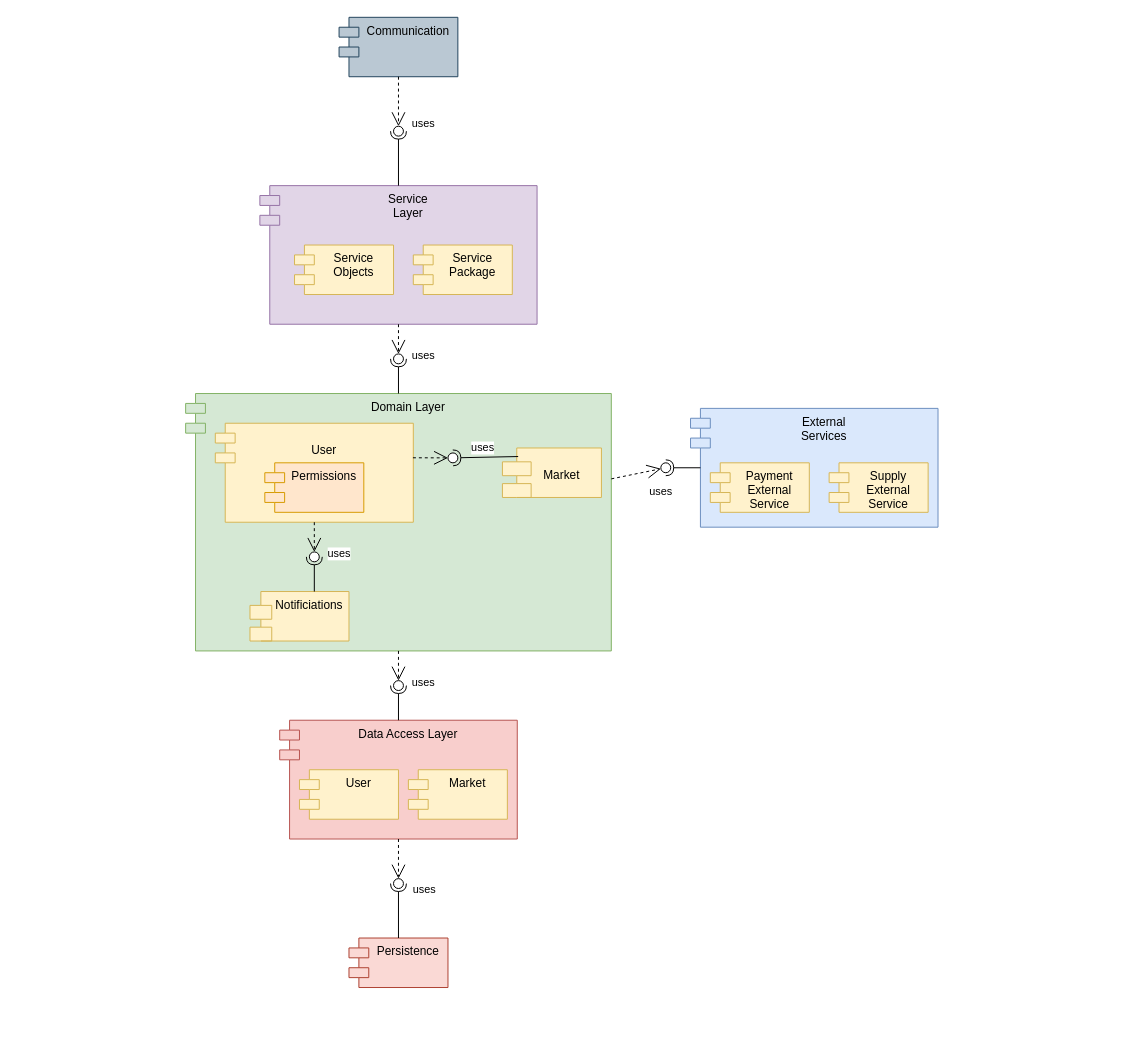
This is page "Component Diagram" (2 of 2) of Workshop.drawio from itaitzruia4/Workshop, a draw.io file, before an edit. Source tidied: cells renumbered, new cells numbered last; positions are measured from the earlier drawing's top-left corner, leaving out a move shared by most shapes. Both pictures are drawn from the tidied source at 99%, with x=0, y=0 at pixel (185, 17).
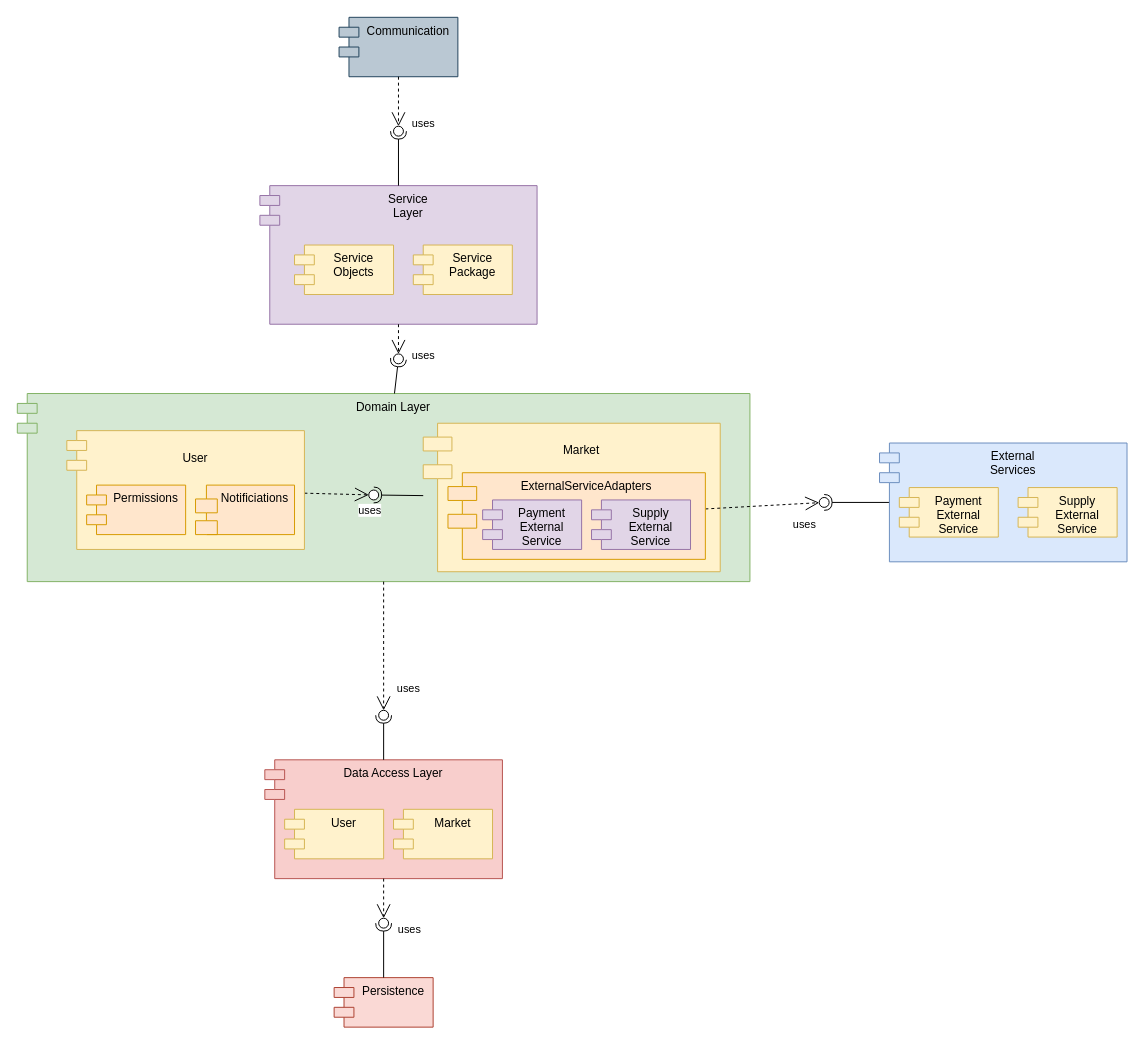
Above is the later version.

Commit message (it also covers changes not shown here):
added external service adapters and fixed notifications component

Diff of the diagram source:
```diff
@@
+    <mxCell id="3" value="Domain Layer" style="shape=module;align=left;spacingLeft=20;align=center;verticalAlign=top;fillColor=#d5e8d4;strokeColor=#82b366;" parent="1" vertex="1">
+      <mxGeometry x="-170" y="380" width="740" height="190" as="geometry" />
+    </mxCell>
     <mxCell id="2" value="Data Access Layer" style="shape=module;align=left;spacingLeft=20;align=center;verticalAlign=top;fillColor=#f8cecc;strokeColor=#b85450;" parent="1" vertex="1">
-      <mxGeometry x="95" y="710" width="240" height="120" as="geometry" />
+      <mxGeometry x="80" y="750" width="240" height="120" as="geometry" />
     </mxCell>
-    <mxCell id="3" value="Domain Layer" style="shape=module;align=left;spacingLeft=20;align=center;verticalAlign=top;fillColor=#d5e8d4;strokeColor=#82b366;" parent="1" vertex="1">
-      <mxGeometry y="380" width="430" height="260" as="geometry" />
-    </mxCell>
     <mxCell id="4" value="&#10;Market" style="shape=module;align=left;spacingLeft=20;align=center;verticalAlign=top;fillColor=#fff2cc;strokeColor=#d6b656;jettyWidth=29;jettyHeight=14;" parent="1" vertex="1">
-      <mxGeometry x="320" y="435" width="100" height="50" as="geometry" />
+      <mxGeometry x="240" y="410" width="300" height="150" as="geometry" />
     </mxCell>
@@
     <mxCell id="6" value="Persistence" style="shape=module;align=left;spacingLeft=20;align=center;verticalAlign=top;fillColor=#fad9d5;strokeColor=#ae4132;" parent="1" vertex="1">
-      <mxGeometry x="165" y="930" width="100" height="50" as="geometry" />
+      <mxGeometry x="150" y="970" width="100" height="50" as="geometry" />
     </mxCell>
-    <mxCell id="7" value="External&#10;Services" style="shape=module;align=left;spacingLeft=20;align=center;verticalAlign=top;fillColor=#dae8fc;strokeColor=#6c8ebf;" parent="1" vertex="1">
-      <mxGeometry x="510" y="395" width="250" height="120" as="geometry" />
-    </mxCell>
@@
-    <mxCell id="12" style="group;" parent="1" vertex="1">
-      <mxGeometry x="30" y="410" width="200" height="100" as="geometry" />
-    </mxCell>
-    <mxCell id="13" value="&#10;User" style="shape=module;align=left;spacingLeft=20;align=center;verticalAlign=top;fillColor=#fff2cc;strokeColor=#d6b656;" parent="12" vertex="1">
-      <mxGeometry width="200" height="100" as="geometry" />
-    </mxCell>
-    <mxCell id="14" value="Permissions" style="shape=module;align=left;spacingLeft=20;align=center;verticalAlign=top;fillColor=#ffe6cc;strokeColor=#d79b00;" parent="12" vertex="1">
-      <mxGeometry x="50" y="40" width="100" height="50" as="geometry" />
-    </mxCell>
     <mxCell id="15" value="Market" style="shape=module;align=left;spacingLeft=20;align=center;verticalAlign=top;fillColor=#fff2cc;strokeColor=#d6b656;" parent="1" vertex="1">
-      <mxGeometry x="225" y="760" width="100" height="50" as="geometry" />
+      <mxGeometry x="210" y="800" width="100" height="50" as="geometry" />
     </mxCell>
     <mxCell id="16" value="User" style="shape=module;align=left;spacingLeft=20;align=center;verticalAlign=top;fillColor=#fff2cc;strokeColor=#d6b656;" parent="1" vertex="1">
-      <mxGeometry x="115" y="760" width="100" height="50" as="geometry" />
+      <mxGeometry x="100" y="800" width="100" height="50" as="geometry" />
     </mxCell>
@@
     <mxCell id="23" style="ellipse;whiteSpace=wrap;html=1;align=center;points=[];outlineConnect=0;sketch=0;" parent="1" vertex="1">
-      <mxGeometry x="210" y="670" width="10" height="10" as="geometry" />
+      <mxGeometry x="195" y="700" width="10" height="10" as="geometry" />
     </mxCell>
@@
     <mxCell id="27" style="ellipse;whiteSpace=wrap;html=1;align=center;points=[];outlineConnect=0;sketch=0;" parent="1" vertex="1">
-      <mxGeometry x="480" y="450" width="10" height="10" as="geometry" />
+      <mxGeometry x="640" y="485" width="10" height="10" as="geometry" />
     </mxCell>
-    <mxCell id="28" style="endArrow=open;endSize=12;dashed=1;html=1;rounded=0;" parent="1" edge="1" source="3" target="27">
+    <mxCell id="28" style="endArrow=open;endSize=12;dashed=1;html=1;rounded=0;" parent="1" edge="1" source="48" target="27">
       <mxGeometry x="0.47" y="-72" relative="1" as="geometry" />
     </mxCell>
@@
     <mxCell id="31" style="ellipse;whiteSpace=wrap;html=1;align=center;points=[];outlineConnect=0;sketch=0;" parent="1" vertex="1">
-      <mxGeometry x="210" y="870" width="10" height="10" as="geometry" />
+      <mxGeometry x="195" y="910" width="10" height="10" as="geometry" />
     </mxCell>
@@
-    <mxCell id="34" value="Payment&#10;External&#10;Service" style="shape=module;align=left;spacingLeft=20;align=center;verticalAlign=top;fillColor=#fff2cc;strokeColor=#d6b656;" parent="1" vertex="1">
-      <mxGeometry x="530" y="450" width="100" height="50" as="geometry" />
-    </mxCell>
-    <mxCell id="35" value="Supply&#10;External&#10;Service" style="shape=module;align=left;spacingLeft=20;align=center;verticalAlign=top;fillColor=#fff2cc;strokeColor=#d6b656;" parent="1" vertex="1">
-      <mxGeometry x="650" y="450" width="100" height="50" as="geometry" />
-    </mxCell>
@@
-    <mxCell id="38" style="rounded=0;jettySize=auto;html=1;endArrow=halfCircle;endFill=0;entryX=0.5;entryY=0.5;endSize=6;strokeWidth=1;sketch=0;exitX=0.159;exitY=0.173;exitDx=0;exitDy=0;exitPerimeter=0;" parent="1" edge="1" source="4" target="39">
+    <mxCell id="38" style="rounded=0;jettySize=auto;html=1;endArrow=halfCircle;endFill=0;entryX=0.5;entryY=0.5;endSize=6;strokeWidth=1;sketch=0;" parent="1" edge="1" source="4" target="39">
       <mxGeometry relative="1" as="geometry" />
     </mxCell>
     <mxCell id="39" style="ellipse;whiteSpace=wrap;html=1;align=center;points=[];outlineConnect=0;sketch=0;" parent="1" vertex="1">
-      <mxGeometry x="265" y="440" width="10" height="10" as="geometry" />
+      <mxGeometry x="185" y="477.5" width="10" height="10" as="geometry" />
     </mxCell>
-    <mxCell id="40" style="endArrow=open;endSize=12;dashed=1;html=1;rounded=0;exitX=0.998;exitY=0.349;exitDx=0;exitDy=0;exitPerimeter=0;" parent="1" edge="1" source="13" target="39">
+    <mxCell id="40" style="endArrow=open;endSize=12;dashed=1;html=1;rounded=0;" parent="1" edge="1" source="13" target="39">
       <mxGeometry x="0.47" y="-72" relative="1" as="geometry" />
     </mxCell>
     <mxCell id="41" value="uses" style="edgeLabel;html=1;align=center;verticalAlign=middle;" parent="40" vertex="1">
       <mxGeometry x="0.52" y="2" relative="1" as="geometry">
-        <mxPoint x="43" y="-8" as="offset" />
+        <mxPoint x="16" y="18" as="offset" />
       </mxGeometry>
     </mxCell>
+    <mxCell id="47" style="group;" parent="1" vertex="1">
+      <mxGeometry x="275" y="460" width="250" height="87.5" as="geometry" />
+    </mxCell>
+    <mxCell id="48" value="ExternalServiceAdapters" style="shape=module;align=left;spacingLeft=20;align=center;verticalAlign=top;fillColor=#ffe6cc;strokeColor=#d79b00;jettyWidth=29;jettyHeight=14;" parent="47" vertex="1">
+      <mxGeometry x="-10" width="260" height="87.5" as="geometry" />
+    </mxCell>
+    <mxCell id="49" value="Payment&#10;External&#10;Service" style="shape=module;align=left;spacingLeft=20;align=center;verticalAlign=top;fillColor=#e1d5e7;strokeColor=#9673a6;" parent="47" vertex="1">
+      <mxGeometry x="25" y="27.5" width="100" height="50" as="geometry" />
+    </mxCell>
+    <mxCell id="50" value="Supply&#10;External&#10;Service" style="shape=module;align=left;spacingLeft=20;align=center;verticalAlign=top;fillColor=#e1d5e7;strokeColor=#9673a6;" parent="47" vertex="1">
+      <mxGeometry x="135" y="27.5" width="100" height="50" as="geometry" />
+    </mxCell>
+    <mxCell id="51" style="group;" parent="1" vertex="1">
+      <mxGeometry x="-120" y="417.5" width="240" height="120" as="geometry" />
+    </mxCell>
+    <mxCell id="13" value="&#10;User" style="shape=module;align=left;spacingLeft=20;align=center;verticalAlign=top;fillColor=#fff2cc;strokeColor=#d6b656;" parent="51" vertex="1">
+      <mxGeometry width="240" height="120" as="geometry" />
+    </mxCell>
-    <mxCell id="42" value="Notificiations" style="shape=module;align=left;spacingLeft=20;align=center;verticalAlign=top;fillColor=#fff2cc;strokeColor=#d6b656;jettyWidth=22;jettyHeight=14;" parent="1" vertex="1">
-      <mxGeometry x="65" y="580" width="100" height="50" as="geometry" />
+    <mxCell id="42" value="Notificiations" style="shape=module;align=left;spacingLeft=20;align=center;verticalAlign=top;fillColor=#ffe6cc;strokeColor=#d79b00;jettyWidth=22;jettyHeight=14;" parent="51" vertex="1">
+      <mxGeometry x="130" y="55" width="100" height="50" as="geometry" />
     </mxCell>
-    <mxCell id="43" style="rounded=0;jettySize=auto;html=1;endArrow=halfCircle;endFill=0;entryX=0.5;entryY=0.5;endSize=6;strokeWidth=1;sketch=0;" parent="1" edge="1" target="44">
-      <mxGeometry relative="1" as="geometry">
-        <mxPoint x="130" y="580" as="sourcePoint" />
-      </mxGeometry>
-    </mxCell>
-    <mxCell id="44" style="ellipse;whiteSpace=wrap;html=1;align=center;points=[];outlineConnect=0;sketch=0;" parent="1" vertex="1">
-      <mxGeometry x="125" y="540" width="10" height="10" as="geometry" />
-    </mxCell>
-    <mxCell id="45" style="endArrow=open;endSize=12;dashed=1;html=1;rounded=0;" parent="1" edge="1" target="44">
-      <mxGeometry x="0.47" y="-72" relative="1" as="geometry">
-        <mxPoint x="130" y="510" as="sourcePoint" />
-      </mxGeometry>
-    </mxCell>
-    <mxCell id="46" value="uses" style="edgeLabel;html=1;align=center;verticalAlign=middle;" parent="45" vertex="1">
-      <mxGeometry x="0.52" y="2" relative="1" as="geometry">
-        <mxPoint x="22" y="8" as="offset" />
-      </mxGeometry>
-    </mxCell>
+    <mxCell id="14" value="Permissions" style="shape=module;align=left;spacingLeft=20;align=center;verticalAlign=top;fillColor=#ffe6cc;strokeColor=#d79b00;" parent="51" vertex="1">
+      <mxGeometry x="20" y="55" width="100" height="50" as="geometry" />
+    </mxCell>
+    <mxCell id="52" style="group;" parent="1" vertex="1">
+      <mxGeometry x="700.9" y="430" width="250" height="120" as="geometry" />
+    </mxCell>
+    <mxCell id="7" value="External&#10;Services" style="shape=module;align=left;spacingLeft=20;align=center;verticalAlign=top;fillColor=#dae8fc;strokeColor=#6c8ebf;" parent="52" vertex="1">
+      <mxGeometry width="250" height="120" as="geometry" />
+    </mxCell>
+    <mxCell id="34" value="Payment&#10;External&#10;Service" style="shape=module;align=left;spacingLeft=20;align=center;verticalAlign=top;fillColor=#fff2cc;strokeColor=#d6b656;" parent="52" vertex="1">
+      <mxGeometry x="20" y="45" width="100" height="50" as="geometry" />
+    </mxCell>
+    <mxCell id="35" value="Supply&#10;External&#10;Service" style="shape=module;align=left;spacingLeft=20;align=center;verticalAlign=top;fillColor=#fff2cc;strokeColor=#d6b656;" parent="52" vertex="1">
+      <mxGeometry x="140" y="45" width="100" height="50" as="geometry" />
+    </mxCell>
```
